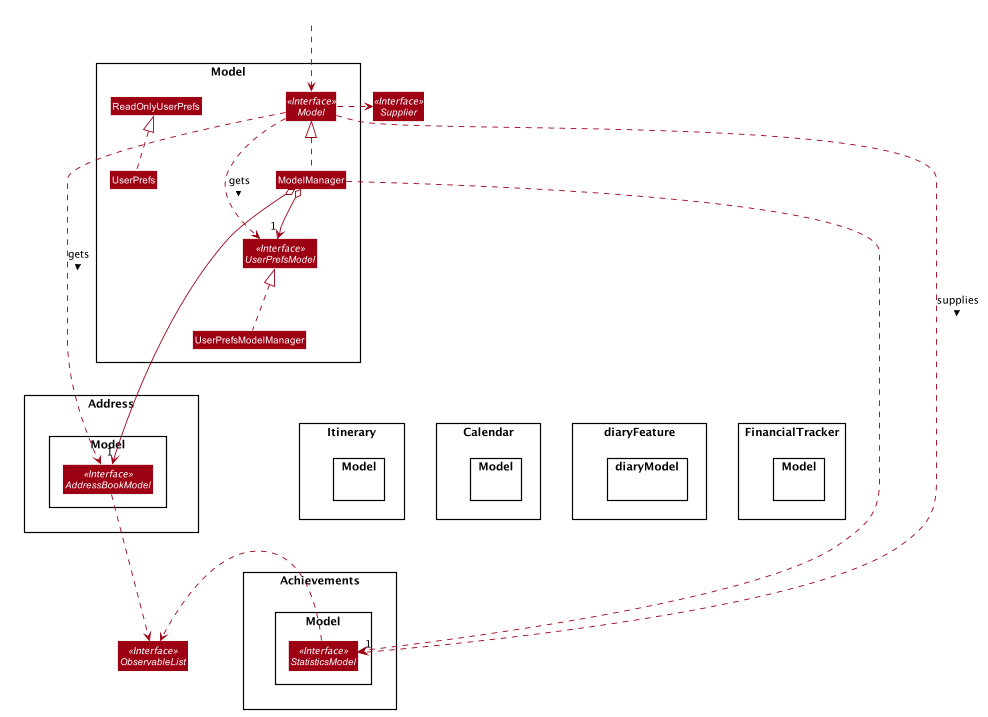
Earlier version of the PlantUML export images/BetterModelClassDiagram.png (AY1920S1-CS2103T-T17-2/main). The source it was exported from:
```plantuml
@startuml








skinparam BackgroundColor #FFFFFFF

skinparam Shadowing false

skinparam Class {
    FontColor #FFFFFF
    BorderThickness 1
    BorderColor #FFFFFF
    StereotypeFontColor #FFFFFF
    FontName Arial
}

skinparam Actor {
    BorderColor #000000
    Color #000000
    FontName Arial
}

skinparam Sequence {
    MessageAlign center
    BoxFontSize 15
    BoxPadding 0
    BoxFontColor #FFFFFF
    FontName Arial
}

skinparam Participant {
    FontColor #FFFFFFF
    Padding 20
}

skinparam MinClassWidth 50
skinparam ParticipantPadding 10
skinparam Shadowing false
skinparam DefaultTextAlignment center
skinparam packageStyle Rectangle

hide footbox
hide members
hide circle
skinparam arrowThickness 1.1
skinparam arrowColor #9D0012
skinparam classBackgroundColor #9D0012

class HiddenOutside #FFFFFF

namespace Model {
Interface Model <<Interface>>{
}
Class ModelManager
Interface UserPrefsModel <<Interface>>
Class UserPrefsModelManager
Class ReadOnlyUserPrefs
Class UserPrefs
}

namespace Achievements {
namespace Model {
Interface StatisticsModel <<Interface>>
}
}

namespace Address {
namespace Model {
Interface AddressBookModel <<Interface>>
}
}

namespace Calendar {
namespace Model {
}
}

namespace diaryFeature {
namespace diaryModel {
}
}

namespace FinancialTracker {
namespace Model {
}
}

namespace Itinerary {
namespace Model {
}
}

HiddenOutside ..> Model.Model

Interface ObservableList <<Interface>>
Interface Supplier <<Interface>>
Model.UserPrefsModelManager .[hidden]down.|> Achievements
Model.UserPrefsModelManager .[hidden]down.|> Address




Model.ModelManager .up.|> Model.Model

Model.Model .down.> Address.Model.AddressBookModel :gets >
Model.Model .down.> Achievements.Model.StatisticsModel :supplies >
Model.Model .down.> Model.UserPrefsModel :gets >
Model.Model .right.>Supplier

Model.ModelManager o--> "1" Address.Model.AddressBookModel
Model.ModelManager o--> "1" Model.UserPrefsModel
Model.ModelManager ..> "1" Achievements.Model.StatisticsModel


Model.UserPrefsModelManager .up.|> Model.UserPrefsModel

Model.UserPrefs .up.|> Model.ReadOnlyUserPrefs


Address.Model.AddressBookModel .right.> ObservableList

Achievements.Model.StatisticsModel .right.> ObservableList

Model.ModelManager -[hidden]down-> Model.UserPrefsModel
Model.UserPrefsModelManager -[hidden]down->Address
Model.UserPrefsModelManager -[hidden]down->Achievements
Model.UserPrefsModelManager -[hidden]down->Calendar
Model.UserPrefsModelManager -[hidden]down->diaryFeature
Model.UserPrefsModelManager -[hidden]down->FinancialTracker
Model.UserPrefsModelManager -[hidden]down->Itinerary
Address -down[hidden]-> Achievements
@enduml
```
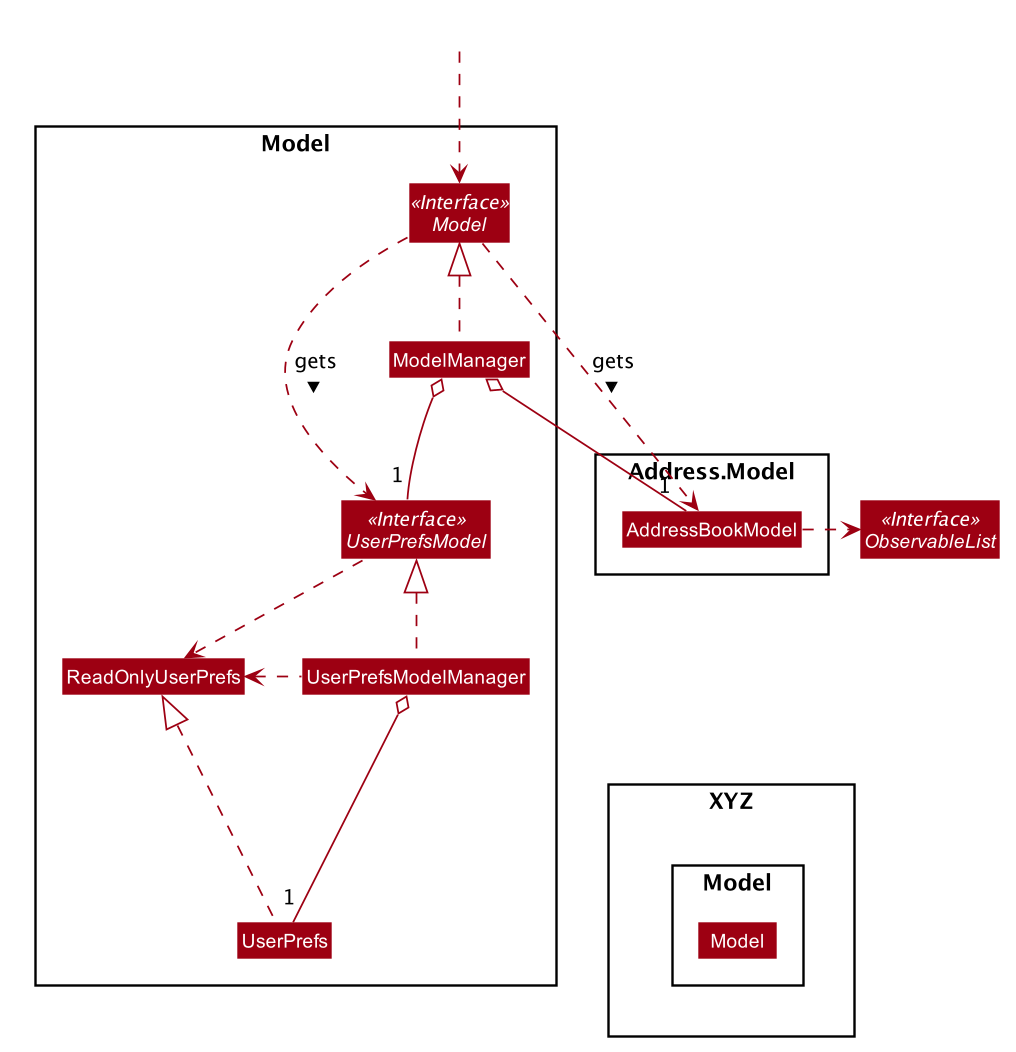
The same diagram one commit later.

Diff of the diagram source:
```diff
@@ -63,75 +63,36 @@
 Class UserPrefs
 }
 
-namespace Achievements {
+namespace XYZ {
 namespace Model {
-Interface StatisticsModel <<Interface>>
-}
-}
-
-namespace Address {
-namespace Model {
-Interface AddressBookModel <<Interface>>
-}
-}
-
-namespace Calendar {
-namespace Model {
-}
-}
-
-namespace diaryFeature {
-namespace diaryModel {
-}
-}
-
-namespace FinancialTracker {
-namespace Model {
-}
-}
-
-namespace Itinerary {
-namespace Model {
+Class Model
 }
 }
 
 HiddenOutside ..> Model.Model
 
 Interface ObservableList <<Interface>>
-Interface Supplier <<Interface>>
-Model.UserPrefsModelManager .[hidden]down.|> Achievements
-Model.UserPrefsModelManager .[hidden]down.|> Address
-
 
 
 
 Model.ModelManager .up.|> Model.Model
 
 Model.Model .down.> Address.Model.AddressBookModel :gets >
-Model.Model .down.> Achievements.Model.StatisticsModel :supplies >
 Model.Model .down.> Model.UserPrefsModel :gets >
-Model.Model .right.>Supplier
+Model.UserPrefsModel ..> Model.ReadOnlyUserPrefs
 
-Model.ModelManager o--> "1" Address.Model.AddressBookModel
-Model.ModelManager o--> "1" Model.UserPrefsModel
-Model.ModelManager ..> "1" Achievements.Model.StatisticsModel
-
+Model.ModelManager o-- "1" Address.Model.AddressBookModel
+Model.ModelManager o-- "1" Model.UserPrefsModel
 
 Model.UserPrefsModelManager .up.|> Model.UserPrefsModel
+Model.UserPrefsModelManager .left.> Model.ReadOnlyUserPrefs
+Model.UserPrefsModelManager o-- "1" Model.UserPrefs
 
 Model.UserPrefs .up.|> Model.ReadOnlyUserPrefs
 
 
 Address.Model.AddressBookModel .right.> ObservableList
 
-Achievements.Model.StatisticsModel .right.> ObservableList
-
 Model.ModelManager -[hidden]down-> Model.UserPrefsModel
-Model.UserPrefsModelManager -[hidden]down->Address
-Model.UserPrefsModelManager -[hidden]down->Achievements
-Model.UserPrefsModelManager -[hidden]down->Calendar
-Model.UserPrefsModelManager -[hidden]down->diaryFeature
-Model.UserPrefsModelManager -[hidden]down->FinancialTracker
-Model.UserPrefsModelManager -[hidden]down->Itinerary
-Address -down[hidden]-> Achievements
+Model.UserPrefsModelManager -[hidden]down->XYZ
 @enduml
```
